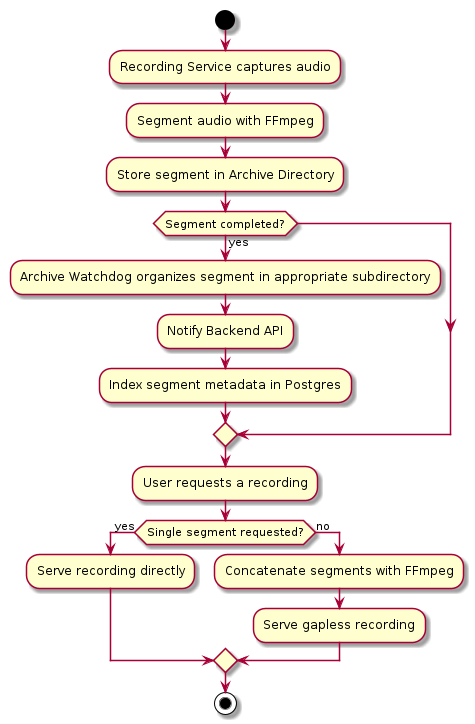
Above: diagrams/png/Archiver Workflow.png in WBOR-91-1-FM/wbor-archiver (PlantUML), before the change. Source of this version:
```plantuml
@startuml Archiver Workflow

start

:Recording Service captures audio;
:Segment audio with FFmpeg;
:Store segment in Archive Directory;

if (Segment completed?) then (yes)
    :Archive Watchdog organizes segment in appropriate subdirectory;
    :Notify Backend API;
    :Index segment metadata in Postgres;
endif

:User requests a recording;
if (Single segment requested?) then (yes)
    :Serve recording directly;
else (no)
    :Concatenate segments with FFmpeg;
    :Serve gapless recording;
endif

stop

@enduml
```
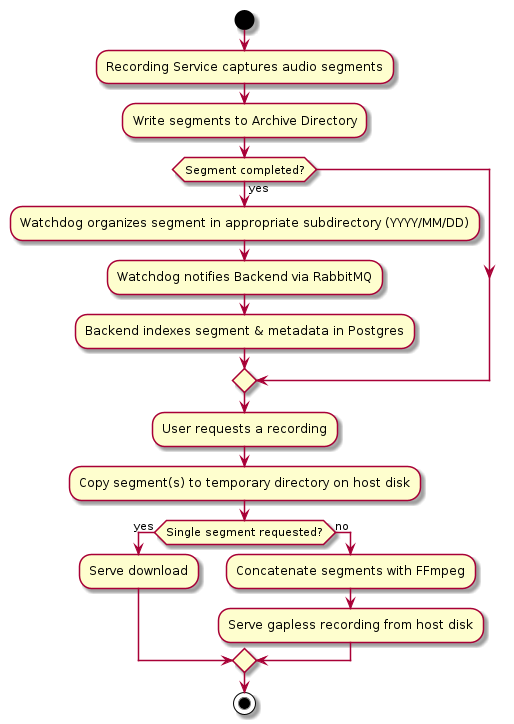
After the commit.

Commit message:
Add or update generated PlantUML diagrams

Diff of the diagram source:
```diff
@@ -2,22 +2,22 @@
 
 start
 
-:Recording Service captures audio;
-:Segment audio with FFmpeg;
-:Store segment in Archive Directory;
+:Recording Service captures audio segments;
+:Write segments to Archive Directory;
 
 if (Segment completed?) then (yes)
-    :Archive Watchdog organizes segment in appropriate subdirectory;
-    :Notify Backend API;
-    :Index segment metadata in Postgres;
+    :Watchdog organizes segment in appropriate subdirectory (YYYY/MM/DD);
+    :Watchdog notifies Backend via RabbitMQ;
+    :Backend indexes segment & metadata in Postgres;
 endif
 
 :User requests a recording;
+:Copy segment(s) to temporary directory on host disk;
 if (Single segment requested?) then (yes)
-    :Serve recording directly;
+    :Serve download;
 else (no)
     :Concatenate segments with FFmpeg;
-    :Serve gapless recording;
+    :Serve gapless recording from host disk;
 endif
 
 stop
```
